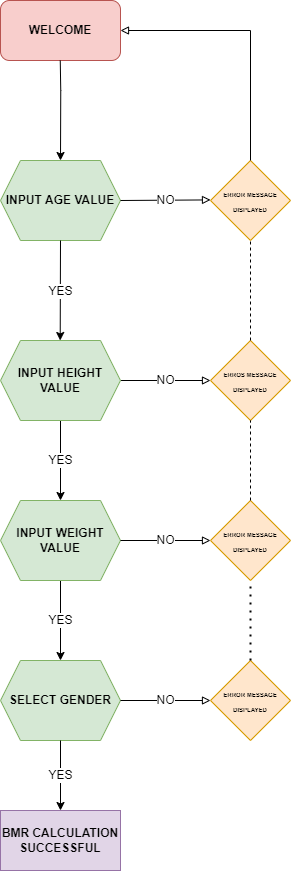
The draw.io diagram readme-img/calc_diagram.png in Hemenhk/cal-culator, before a commit. Source tidied: cells renumbered, new cells last; positions are measured from the earlier drawing's top-left corner, leaving out a move shared by most shapes.
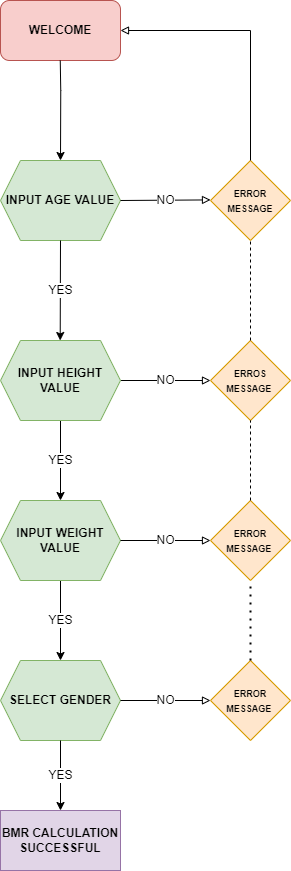
Above is the later version.

The edit, as a diff of the source:
```diff
@@ -1,4 +1,4 @@
-<mxGraphModel>
+<mxGraphModel background="#FFFFFF">
   <root>
     <mxCell id="0" />
     <mxCell id="1" parent="0" />
@@ -21,7 +21,7 @@
         <mxPoint x="210" y="199.4" as="targetPoint" />
       </mxGeometry>
     </mxCell>
-    <mxCell id="6" value="&lt;font style=&quot;font-size: 6px;&quot;&gt;ERROR MESSAGE DISPLAYED&lt;/font&gt;" style="rhombus;whiteSpace=wrap;html=1;fillColor=#ffe6cc;strokeColor=#d79b00;fontStyle=1;" parent="1" vertex="1">
+    <mxCell id="6" value="&lt;font style=&quot;font-size: 9px;&quot;&gt;ERROR MESSAGE&lt;/font&gt;" style="rhombus;whiteSpace=wrap;html=1;fillColor=#ffe6cc;strokeColor=#d79b00;fontStyle=1;" parent="1" vertex="1">
       <mxGeometry x="210" y="160" width="80" height="80" as="geometry" />
     </mxCell>
     <mxCell id="7" value="YES" style="endArrow=classic;html=1;rounded=0;fontSize=12;exitX=0.5;exitY=1;exitDx=0;exitDy=0;" parent="1" edge="1" source="4">
@@ -38,7 +38,7 @@
     <mxCell id="10" value="&lt;b&gt;&lt;font style=&quot;font-size: 12px;&quot;&gt;INPUT HEIGHT VALUE&lt;/font&gt;&lt;/b&gt;" style="shape=hexagon;perimeter=hexagonPerimeter2;whiteSpace=wrap;html=1;fixedSize=1;fontSize=6;fillColor=#d5e8d4;strokeColor=#82b366;" parent="1" vertex="1">
       <mxGeometry y="340" width="120" height="80" as="geometry" />
     </mxCell>
-    <mxCell id="11" value="&lt;font style=&quot;font-size: 6px;&quot;&gt;&lt;b&gt;ERROS MESSAGE DISPLAYED&lt;/b&gt;&lt;/font&gt;" style="rhombus;whiteSpace=wrap;html=1;fontSize=12;fillColor=#ffe6cc;strokeColor=#d79b00;" parent="1" vertex="1">
+    <mxCell id="11" value="&lt;font size=&quot;1&quot; style=&quot;&quot;&gt;&lt;b style=&quot;font-size: 9px;&quot;&gt;ERROS MESSAGE&amp;nbsp;&lt;/b&gt;&lt;/font&gt;" style="rhombus;whiteSpace=wrap;html=1;fontSize=12;fillColor=#ffe6cc;strokeColor=#d79b00;" parent="1" vertex="1">
       <mxGeometry x="210" y="340" width="80" height="80" as="geometry" />
     </mxCell>
     <mxCell id="12" style="endArrow=none;dashed=1;html=1;rounded=0;fontSize=6;entryX=0.5;entryY=1;entryDx=0;entryDy=0;" parent="1" edge="1" source="11" target="6">
@@ -50,7 +50,7 @@
     <mxCell id="14" value="&lt;font style=&quot;font-size: 12px;&quot;&gt;&lt;b&gt;INPUT WEIGHT VALUE&lt;/b&gt;&lt;/font&gt;" style="shape=hexagon;perimeter=hexagonPerimeter2;whiteSpace=wrap;html=1;fixedSize=1;fontSize=6;fillColor=#d5e8d4;strokeColor=#82b366;" parent="1" vertex="1">
       <mxGeometry y="500" width="120" height="80" as="geometry" />
     </mxCell>
-    <mxCell id="15" value="&lt;font style=&quot;font-size: 6px;&quot;&gt;&lt;b&gt;ERROR MESSAGE DISPLAYED&lt;/b&gt;&lt;/font&gt;" style="rhombus;whiteSpace=wrap;html=1;fontSize=12;fillColor=#ffe6cc;strokeColor=#d79b00;" parent="1" vertex="1">
+    <mxCell id="15" value="&lt;font size=&quot;1&quot; style=&quot;&quot;&gt;&lt;b style=&quot;font-size: 9px;&quot;&gt;ERROR MESSAGE&amp;nbsp;&lt;/b&gt;&lt;/font&gt;" style="rhombus;whiteSpace=wrap;html=1;fontSize=12;fillColor=#ffe6cc;strokeColor=#d79b00;" parent="1" vertex="1">
       <mxGeometry x="210" y="500" width="80" height="80" as="geometry" />
     </mxCell>
     <mxCell id="16" value="NO&lt;br&gt;" style="endArrow=block;html=1;rounded=0;fontSize=12;exitX=1;exitY=0.5;exitDx=0;exitDy=0;entryX=0;entryY=0.5;entryDx=0;entryDy=0;endFill=0;" parent="1" edge="1" source="14" target="15">
@@ -62,7 +62,7 @@
     <mxCell id="18" value="&lt;font style=&quot;font-size: 12px;&quot;&gt;&lt;b&gt;SELECT GENDER&lt;/b&gt;&lt;/font&gt;" style="shape=hexagon;perimeter=hexagonPerimeter2;whiteSpace=wrap;html=1;fixedSize=1;fontSize=6;fillColor=#d5e8d4;strokeColor=#82b366;" parent="1" vertex="1">
       <mxGeometry y="660" width="120" height="80" as="geometry" />
     </mxCell>
-    <mxCell id="19" value="&lt;span style=&quot;font-size: 6px;&quot;&gt;&lt;b&gt;ERROR MESSAGE DISPLAYED&lt;/b&gt;&lt;/span&gt;" style="rhombus;whiteSpace=wrap;html=1;fontSize=12;fillColor=#ffe6cc;strokeColor=#d79b00;" parent="1" vertex="1">
+    <mxCell id="19" value="&lt;b style=&quot;&quot;&gt;&lt;font style=&quot;font-size: 9px;&quot;&gt;ERROR MESSAGE&amp;nbsp;&lt;/font&gt;&lt;/b&gt;" style="rhombus;whiteSpace=wrap;html=1;fontSize=12;fillColor=#ffe6cc;strokeColor=#d79b00;" parent="1" vertex="1">
       <mxGeometry x="210" y="660" width="80" height="80" as="geometry" />
     </mxCell>
     <mxCell id="20" style="endArrow=none;dashed=1;html=1;dashPattern=1 3;strokeWidth=2;rounded=0;fontSize=12;entryX=0.5;entryY=1;entryDx=0;entryDy=0;exitX=0.5;exitY=0;exitDx=0;exitDy=0;" parent="1" edge="1" source="19" target="15">
```
